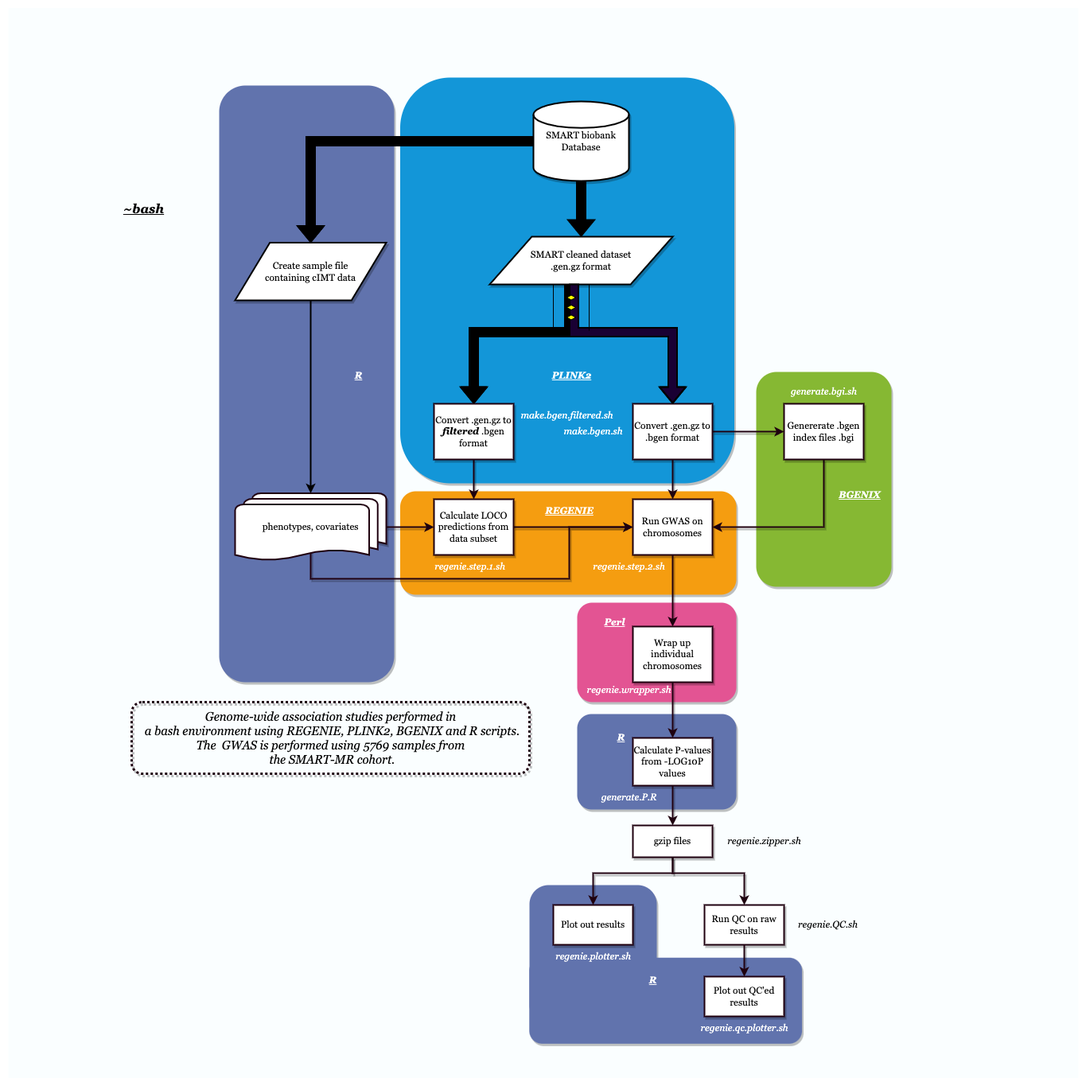
Before: REGENIE_SMART_UMC.drawio.png, a diagram exported from draw.io (xEmz/xEmz). Source tidied: cells renumbered, new cells last; positions are measured from the earlier drawing's top-left corner, leaving out a move shared by most shapes.
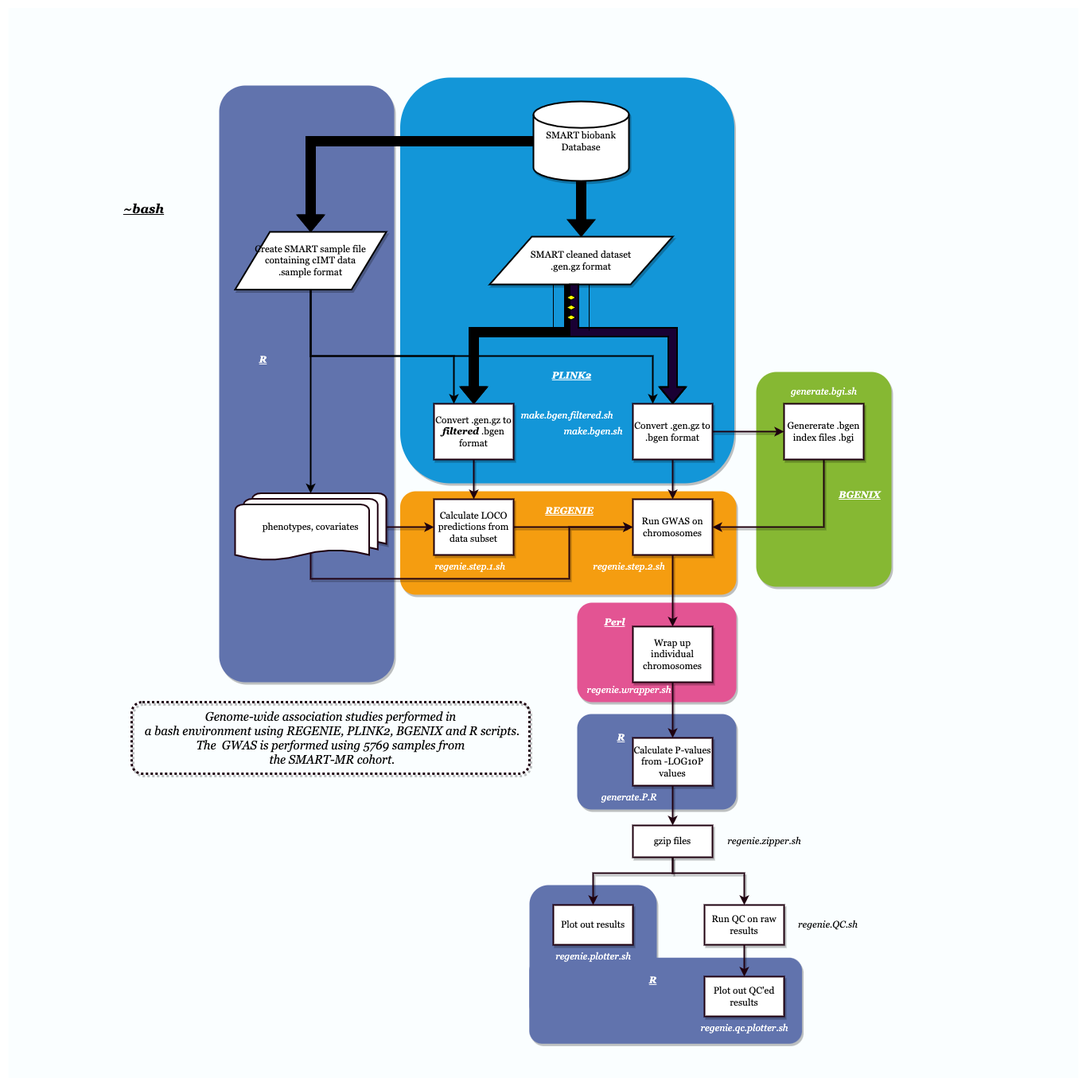
Later version of the same file.

Diff of the diagram source:
```diff
@@ -130,7 +130,7 @@
       <mxGeometry x="678.2" y="354.5" width="58.6" height="45" as="geometry" />
     </mxCell>
     <mxCell id="34" value="&lt;b style=&quot;&quot;&gt;&lt;i&gt;&lt;u&gt;R&lt;/u&gt;&lt;/i&gt;&lt;/b&gt;" style="text;html=1;align=center;verticalAlign=middle;strokeColor=none;fillColor=none;fontFamily=Georgia;fontColor=#FFFFFF;sketch=0;shadow=1;" parent="1" vertex="1">
-      <mxGeometry x="425" y="448" width="30" height="30" as="geometry" />
+      <mxGeometry x="305" y="428" width="30" height="30" as="geometry" />
     </mxCell>
     <mxCell id="35" value="&lt;i&gt;&lt;b&gt;&lt;u&gt;BGENIX&lt;/u&gt;&lt;/b&gt;&lt;/i&gt;" style="text;html=1;align=center;verticalAlign=middle;strokeColor=none;fillColor=none;fontFamily=Georgia;fontColor=#FFFFFF;sketch=0;shadow=1;" parent="1" vertex="1">
       <mxGeometry x="1030" y="598" width="80" height="30" as="geometry" />
@@ -213,8 +213,16 @@
     <mxCell id="61" style="edgeStyle=orthogonalEdgeStyle;rounded=0;jettySize=auto;html=1;entryX=0.5;entryY=0;entryDx=0;entryDy=0;entryPerimeter=0;strokeWidth=2;fontColor=#000000;fillColor=#000000;" parent="1" edge="1" source="62" target="26">
       <mxGeometry relative="1" as="geometry" />
     </mxCell>
+    <mxCell id="65" style="edgeStyle=orthogonalEdgeStyle;rounded=0;jettySize=auto;html=1;entryX=0.25;entryY=0;entryDx=0;entryDy=0;strokeWidth=2;fontFamily=Georgia;fontColor=#000000;fillColor=#000000;" parent="1" edge="1" source="62" target="15">
+      <mxGeometry relative="1" as="geometry">
+        <Array as="points">
+          <mxPoint x="380" y="438" />
+          <mxPoint x="810" y="438" />
+        </Array>
+      </mxGeometry>
+    </mxCell>
-    <mxCell id="62" value="Create sample file &lt;br&gt;containing cIMT data" style="shape=parallelogram;html=1;strokeWidth=2;perimeter=parallelogramPerimeter;whiteSpace=wrap;rounded=0;arcSize=12;size=0.23;strokeColor=#000000;fontColor=#000000;fillColor=default;shadow=1;fontFamily=Georgia;" parent="1" vertex="1">
-      <mxGeometry x="285" y="295.5" width="190" height="72.5" as="geometry" />
+    <mxCell id="62" value="Create SMART sample file &lt;br&gt;containing cIMT data&lt;br&gt;.sample format" style="shape=parallelogram;html=1;strokeWidth=2;perimeter=parallelogramPerimeter;whiteSpace=wrap;rounded=0;arcSize=12;size=0.23;strokeColor=#000000;fontColor=#000000;fillColor=default;shadow=1;fontFamily=Georgia;" parent="1" vertex="1">
+      <mxGeometry x="285" y="282" width="190" height="72.5" as="geometry" />
     </mxCell>
     <mxCell id="63" style="shape=flexArrow;endArrow=classic;html=1;strokeWidth=2;strokeColor=default;fillColor=#000000;entryX=0.5;entryY=0;entryDx=0;entryDy=0;fontFamily=Georgia;rounded=0;sketch=0;exitX=0;exitY=0.5;exitDx=0;exitDy=0;exitPerimeter=0;" parent="1" edge="1" source="59" target="62">
       <mxGeometry relative="1" as="geometry">
@@ -227,5 +235,14 @@
     <mxCell id="64" value="&lt;i&gt;regenie.zipper.sh&lt;/i&gt;" style="text;html=1;align=center;verticalAlign=middle;strokeColor=none;fillColor=none;fontFamily=Georgia;" parent="1" vertex="1">
       <mxGeometry x="890" y="1033" width="120" height="30" as="geometry" />
     </mxCell>
+    <mxCell id="66" style="endArrow=classic;html=1;rounded=0;strokeWidth=2;fontFamily=Georgia;fontColor=#000000;fillColor=#000000;exitX=0.5;exitY=1;exitDx=0;exitDy=0;entryX=0.25;entryY=0;entryDx=0;entryDy=0;" parent="1" edge="1" source="62" target="12">
+      <mxGeometry relative="1" as="geometry">
+        <Array as="points">
+          <mxPoint x="380" y="438" />
+          <mxPoint x="485" y="438" />
+          <mxPoint x="560" y="438" />
+        </Array>
+      </mxGeometry>
+    </mxCell>
   </root>
 </mxGraphModel>
```
